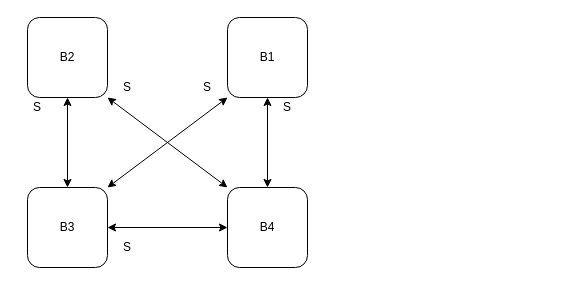
Cajova-Houba/kiv-ds-2 keeps this draw.io diagram as doc/img/topologie.drawio. Above is the earlier version. Source tidied: cells renumbered, new cells numbered last; positions are measured from the earlier drawing's top-left corner, leaving out a move shared by most shapes. Both pictures are drawn from the tidied source at 100%, with x=0, y=0 at pixel (17, 17).
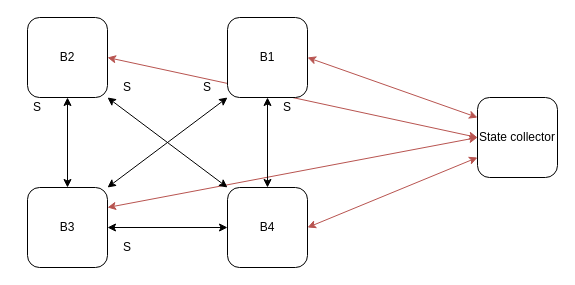
After the change.

Unchanged cells that the change refers to:
```xml
<mxCell id="2" value="B2" style="rounded=1;whiteSpace=wrap;html=1;" parent="1" vertex="1">
  <mxGeometry x="10" width="80" height="80" as="geometry" />
</mxCell>
<mxCell id="3" value="B1" style="rounded=1;whiteSpace=wrap;html=1;" parent="1" vertex="1">
  <mxGeometry x="210" width="80" height="80" as="geometry" />
</mxCell>
<mxCell id="4" value="B3" style="rounded=1;whiteSpace=wrap;html=1;" parent="1" vertex="1">
  <mxGeometry x="10" y="170" width="80" height="80" as="geometry" />
</mxCell>
```

Diff of the diagram source:
```diff
@@
+    <mxCell id="16" style="endArrow=classic;startArrow=classic;html=1;entryX=0;entryY=0.5;entryDx=0;entryDy=0;exitX=1;exitY=0.25;exitDx=0;exitDy=0;fillColor=#f8cecc;strokeColor=#b85450;" parent="1" edge="1" source="4" target="18">
+      <mxGeometry relative="1" as="geometry" />
+    </mxCell>
+    <mxCell id="17" style="endArrow=classic;startArrow=classic;html=1;entryX=0;entryY=0.5;entryDx=0;entryDy=0;exitX=1;exitY=0.5;exitDx=0;exitDy=0;fillColor=#f8cecc;strokeColor=#b85450;" parent="1" edge="1" source="2" target="18">
+      <mxGeometry relative="1" as="geometry" />
+    </mxCell>
@@
+    <mxCell id="18" value="State collector" style="rounded=1;whiteSpace=wrap;html=1;" parent="1" vertex="1">
+      <mxGeometry x="460" y="80" width="80" height="80" as="geometry" />
+    </mxCell>
+    <mxCell id="19" style="endArrow=classic;startArrow=classic;html=1;entryX=0;entryY=0.25;entryDx=0;entryDy=0;exitX=1;exitY=0.5;exitDx=0;exitDy=0;fillColor=#f8cecc;strokeColor=#b85450;" parent="1" edge="1" source="3" target="18">
+      <mxGeometry relative="1" as="geometry" />
+    </mxCell>
+    <mxCell id="20" style="endArrow=classic;startArrow=classic;html=1;entryX=0;entryY=0.75;entryDx=0;entryDy=0;fillColor=#f8cecc;strokeColor=#b85450;" parent="1" edge="1" target="18">
+      <mxGeometry relative="1" as="geometry">
+        <mxPoint x="290" y="210" as="sourcePoint" />
+      </mxGeometry>
+    </mxCell>
```
